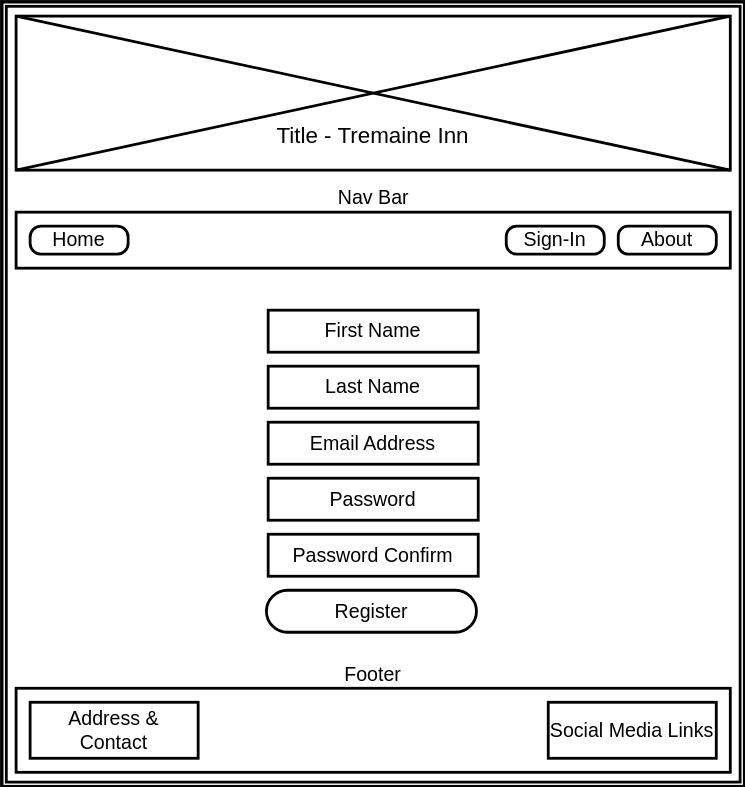
redfoxofwealden/tremaine-inn-booking-system keeps this draw.io diagram as readme/register-page.svg. Above is the earlier version. Source tidied: cells renumbered, new cells last; positions are measured from the earlier drawing's top-left corner, leaving out a move shared by most shapes. Source of this version:
```xml
<mxGraphModel>
  <root>
    <mxCell id="0" />
    <mxCell id="1" parent="0" />
    <mxCell id="2" style="shape=ext;double=1;rounded=0;whiteSpace=wrap;html=1;strokeColor=#000000;strokeWidth=2;align=center;verticalAlign=middle;fontFamily=Helvetica;fontSize=12;fontColor=#333333;fillColor=#FFFFFF;" parent="1" vertex="1">
      <mxGeometry width="530" height="560" as="geometry" />
    </mxCell>
    <mxCell id="3" style="rounded=0;whiteSpace=wrap;html=1;align=center;verticalAlign=middle;fontFamily=Tahoma;fontSize=14;fontColor=#000000;fillColor=none;gradientColor=none;strokeWidth=2;strokeColor=#000000;" parent="1" vertex="1">
      <mxGeometry x="10" y="150" width="510" height="40" as="geometry" />
    </mxCell>
    <mxCell id="4" style="verticalLabelPosition=bottom;shadow=0;dashed=0;align=center;html=1;verticalAlign=top;strokeWidth=2;shape=mxgraph.mockup.graphics.simpleIcon;strokeColor=#000000;rounded=0;fontFamily=Helvetica;fontSize=12;fontColor=#333333;fillColor=#FFFFFF;" parent="1" vertex="1">
      <mxGeometry x="10" y="10" width="510" height="110" as="geometry" />
    </mxCell>
    <mxCell id="5" value="Title - Tremaine Inn" style="text;html=1;align=center;verticalAlign=middle;whiteSpace=wrap;rounded=0;fontFamily=Helvetica;fontSize=16;fontColor=#000000;fontStyle=0;" parent="1" vertex="1">
      <mxGeometry x="191.2" y="80" width="147.5" height="30" as="geometry" />
    </mxCell>
    <mxCell id="6" value="Sign-In" style="rounded=1;whiteSpace=wrap;html=1;align=center;verticalAlign=middle;fontFamily=Helvetica;fontSize=14;fontColor=#000000;fillColor=none;gradientColor=none;strokeColor=#000000;strokeWidth=2;arcSize=37;" parent="1" vertex="1">
      <mxGeometry x="360" y="160" width="70" height="20" as="geometry" />
    </mxCell>
    <mxCell id="7" value="About" style="rounded=1;whiteSpace=wrap;html=1;align=center;verticalAlign=middle;fontFamily=Helvetica;fontSize=14;fontColor=#000000;fillColor=none;gradientColor=none;strokeColor=#000000;strokeWidth=2;arcSize=35;" parent="1" vertex="1">
      <mxGeometry x="440" y="160" width="70" height="20" as="geometry" />
    </mxCell>
    <mxCell id="8" value="Home" style="rounded=1;whiteSpace=wrap;html=1;align=center;verticalAlign=middle;fontFamily=Helvetica;fontSize=14;fontColor=#000000;fillColor=none;gradientColor=none;strokeColor=#000000;strokeWidth=2;arcSize=39;" parent="1" vertex="1">
      <mxGeometry x="20" y="160" width="70" height="20" as="geometry" />
    </mxCell>
    <mxCell id="9" style="rounded=0;whiteSpace=wrap;html=1;align=center;verticalAlign=middle;fontFamily=Tahoma;fontSize=14;fontColor=#000000;fillColor=none;gradientColor=none;strokeWidth=2;strokeColor=#000000;" parent="1" vertex="1">
      <mxGeometry x="10" y="490" width="510" height="60" as="geometry" />
    </mxCell>
    <mxCell id="10" value="Address &amp;amp;&lt;br&gt;Contact" style="rounded=1;whiteSpace=wrap;html=1;align=center;verticalAlign=middle;fontFamily=Helvetica;fontSize=14;fontColor=#000000;fillColor=none;gradientColor=none;arcSize=0;strokeWidth=2;strokeColor=#000000;" parent="1" vertex="1">
      <mxGeometry x="20" y="500" width="120" height="40" as="geometry" />
    </mxCell>
    <mxCell id="11" value="Social Media Links" style="rounded=1;whiteSpace=wrap;html=1;align=center;verticalAlign=middle;fontFamily=Helvetica;fontSize=14;fontColor=#000000;fillColor=none;gradientColor=none;arcSize=0;strokeWidth=2;strokeColor=#000000;" parent="1" vertex="1">
      <mxGeometry x="390" y="500" width="120" height="40" as="geometry" />
    </mxCell>
    <mxCell id="12" value="Footer" style="text;html=1;align=center;verticalAlign=middle;whiteSpace=wrap;rounded=0;fontFamily=Helvetica;fontSize=14;fontColor=#000000;" parent="1" vertex="1">
      <mxGeometry x="240" y="470" width="50" height="20" as="geometry" />
    </mxCell>
    <mxCell id="13" value="Nav Bar" style="text;html=1;align=center;verticalAlign=middle;whiteSpace=wrap;rounded=0;fontFamily=Helvetica;fontSize=14;fontColor=#000000;" parent="1" vertex="1">
      <mxGeometry x="237.5" y="130" width="55" height="20" as="geometry" />
    </mxCell>
    <mxCell id="14" value="First Name" style="rounded=0;whiteSpace=wrap;html=1;fontSize=14;fontColor=#000000;strokeColor=#000000;strokeWidth=2;fillColor=#FFFFFF;" parent="1" vertex="1">
      <mxGeometry x="190" y="220" width="150" height="30" as="geometry" />
    </mxCell>
    <mxCell id="15" value="Last Name" style="rounded=0;whiteSpace=wrap;html=1;fontSize=14;fontColor=#000000;strokeColor=#000000;strokeWidth=2;fillColor=#FFFFFF;" parent="1" vertex="1">
      <mxGeometry x="190" y="260" width="150" height="30" as="geometry" />
    </mxCell>
    <mxCell id="16" value="Email Address" style="rounded=0;whiteSpace=wrap;html=1;fontSize=14;fontColor=#000000;strokeColor=#000000;strokeWidth=2;fillColor=#FFFFFF;" parent="1" vertex="1">
      <mxGeometry x="190" y="300" width="150" height="30" as="geometry" />
    </mxCell>
    <mxCell id="17" value="Password" style="rounded=0;whiteSpace=wrap;html=1;fontSize=14;fontColor=#000000;strokeColor=#000000;strokeWidth=2;fillColor=#FFFFFF;" parent="1" vertex="1">
      <mxGeometry x="190" y="340" width="150" height="30" as="geometry" />
    </mxCell>
    <mxCell id="18" value="Password Confirm" style="rounded=0;whiteSpace=wrap;html=1;fontSize=14;fontColor=#000000;strokeColor=#000000;strokeWidth=2;fillColor=#FFFFFF;" parent="1" vertex="1">
      <mxGeometry x="190" y="380" width="150" height="30" as="geometry" />
    </mxCell>
    <mxCell id="19" value="Register" style="rounded=1;whiteSpace=wrap;html=1;fontSize=14;fontColor=#000000;strokeWidth=2;strokeColor=#000000;fillColor=#FFFFFF;arcSize=50;" parent="1" vertex="1">
      <mxGeometry x="188.8" y="420" width="150" height="30" as="geometry" />
    </mxCell>
  </root>
</mxGraphModel>
```
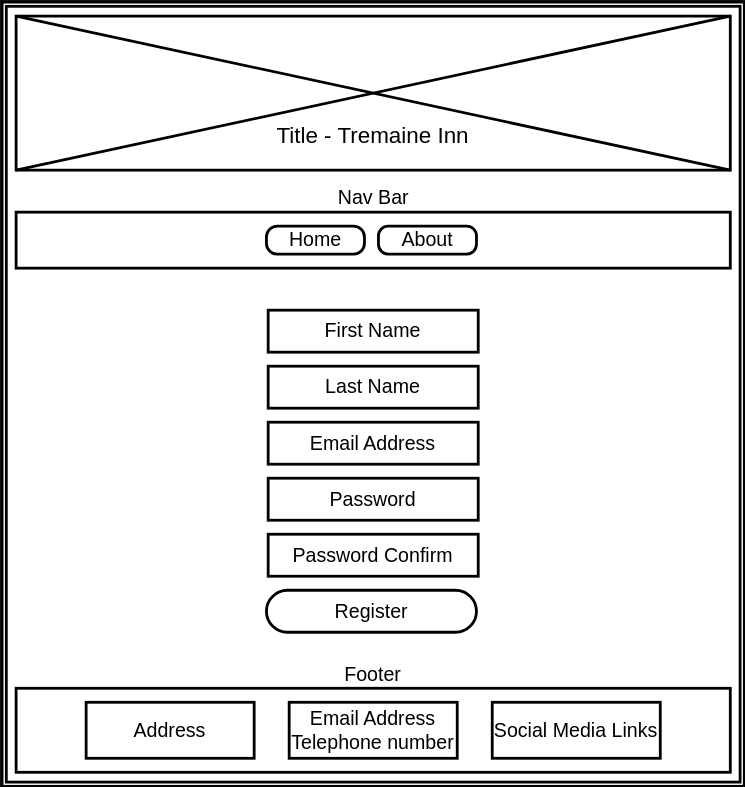
Later version of the same file.

Commit message:
docs: fill out testing home page

Change to the diagram source:
```diff
@@ -14,24 +14,9 @@
     <mxCell id="5" value="Title - Tremaine Inn" style="text;html=1;align=center;verticalAlign=middle;whiteSpace=wrap;rounded=0;fontFamily=Helvetica;fontSize=16;fontColor=#000000;fontStyle=0;" parent="1" vertex="1">
       <mxGeometry x="191.2" y="80" width="147.5" height="30" as="geometry" />
     </mxCell>
-    <mxCell id="6" value="Sign-In" style="rounded=1;whiteSpace=wrap;html=1;align=center;verticalAlign=middle;fontFamily=Helvetica;fontSize=14;fontColor=#000000;fillColor=none;gradientColor=none;strokeColor=#000000;strokeWidth=2;arcSize=37;" parent="1" vertex="1">
-      <mxGeometry x="360" y="160" width="70" height="20" as="geometry" />
-    </mxCell>
-    <mxCell id="7" value="About" style="rounded=1;whiteSpace=wrap;html=1;align=center;verticalAlign=middle;fontFamily=Helvetica;fontSize=14;fontColor=#000000;fillColor=none;gradientColor=none;strokeColor=#000000;strokeWidth=2;arcSize=35;" parent="1" vertex="1">
-      <mxGeometry x="440" y="160" width="70" height="20" as="geometry" />
-    </mxCell>
-    <mxCell id="8" value="Home" style="rounded=1;whiteSpace=wrap;html=1;align=center;verticalAlign=middle;fontFamily=Helvetica;fontSize=14;fontColor=#000000;fillColor=none;gradientColor=none;strokeColor=#000000;strokeWidth=2;arcSize=39;" parent="1" vertex="1">
-      <mxGeometry x="20" y="160" width="70" height="20" as="geometry" />
-    </mxCell>
     <mxCell id="9" style="rounded=0;whiteSpace=wrap;html=1;align=center;verticalAlign=middle;fontFamily=Tahoma;fontSize=14;fontColor=#000000;fillColor=none;gradientColor=none;strokeWidth=2;strokeColor=#000000;" parent="1" vertex="1">
       <mxGeometry x="10" y="490" width="510" height="60" as="geometry" />
     </mxCell>
-    <mxCell id="10" value="Address &amp;amp;&lt;br&gt;Contact" style="rounded=1;whiteSpace=wrap;html=1;align=center;verticalAlign=middle;fontFamily=Helvetica;fontSize=14;fontColor=#000000;fillColor=none;gradientColor=none;arcSize=0;strokeWidth=2;strokeColor=#000000;" parent="1" vertex="1">
-      <mxGeometry x="20" y="500" width="120" height="40" as="geometry" />
-    </mxCell>
-    <mxCell id="11" value="Social Media Links" style="rounded=1;whiteSpace=wrap;html=1;align=center;verticalAlign=middle;fontFamily=Helvetica;fontSize=14;fontColor=#000000;fillColor=none;gradientColor=none;arcSize=0;strokeWidth=2;strokeColor=#000000;" parent="1" vertex="1">
-      <mxGeometry x="390" y="500" width="120" height="40" as="geometry" />
-    </mxCell>
     <mxCell id="12" value="Footer" style="text;html=1;align=center;verticalAlign=middle;whiteSpace=wrap;rounded=0;fontFamily=Helvetica;fontSize=14;fontColor=#000000;" parent="1" vertex="1">
       <mxGeometry x="240" y="470" width="50" height="20" as="geometry" />
     </mxCell>
@@ -56,5 +41,20 @@
     <mxCell id="19" value="Register" style="rounded=1;whiteSpace=wrap;html=1;fontSize=14;fontColor=#000000;strokeWidth=2;strokeColor=#000000;fillColor=#FFFFFF;arcSize=50;" parent="1" vertex="1">
       <mxGeometry x="188.8" y="420" width="150" height="30" as="geometry" />
     </mxCell>
+    <mxCell id="20" value="Address" style="rounded=1;whiteSpace=wrap;html=1;align=center;verticalAlign=middle;fontFamily=Helvetica;fontSize=14;fontColor=#000000;fillColor=none;gradientColor=none;arcSize=0;strokeWidth=2;strokeColor=#000000;" parent="1" vertex="1">
+      <mxGeometry x="60" y="500" width="120" height="40" as="geometry" />
+    </mxCell>
+    <mxCell id="11" value="Social Media Links" style="rounded=1;whiteSpace=wrap;html=1;align=center;verticalAlign=middle;fontFamily=Helvetica;fontSize=14;fontColor=#000000;fillColor=none;gradientColor=none;arcSize=0;strokeWidth=2;strokeColor=#000000;" parent="1" vertex="1">
+      <mxGeometry x="350" y="500" width="120" height="40" as="geometry" />
+    </mxCell>
+    <mxCell id="21" value="Email Address&lt;br&gt;Telephone number" style="rounded=1;whiteSpace=wrap;html=1;align=center;verticalAlign=middle;fontFamily=Helvetica;fontSize=14;fontColor=#000000;fillColor=none;gradientColor=none;arcSize=0;strokeWidth=2;strokeColor=#000000;" parent="1" vertex="1">
+      <mxGeometry x="205" y="500" width="120" height="40" as="geometry" />
+    </mxCell>
+    <mxCell id="7" value="About" style="rounded=1;whiteSpace=wrap;html=1;align=center;verticalAlign=middle;fontFamily=Helvetica;fontSize=14;fontColor=#000000;fillColor=none;gradientColor=none;strokeColor=#000000;strokeWidth=2;arcSize=35;" parent="1" vertex="1">
+      <mxGeometry x="268.8" y="160" width="70" height="20" as="geometry" />
+    </mxCell>
+    <mxCell id="8" value="Home" style="rounded=1;whiteSpace=wrap;html=1;align=center;verticalAlign=middle;fontFamily=Helvetica;fontSize=14;fontColor=#000000;fillColor=none;gradientColor=none;strokeColor=#000000;strokeWidth=2;arcSize=39;" parent="1" vertex="1">
+      <mxGeometry x="188.8" y="160" width="70" height="20" as="geometry" />
+    </mxCell>
   </root>
 </mxGraphModel>
```
